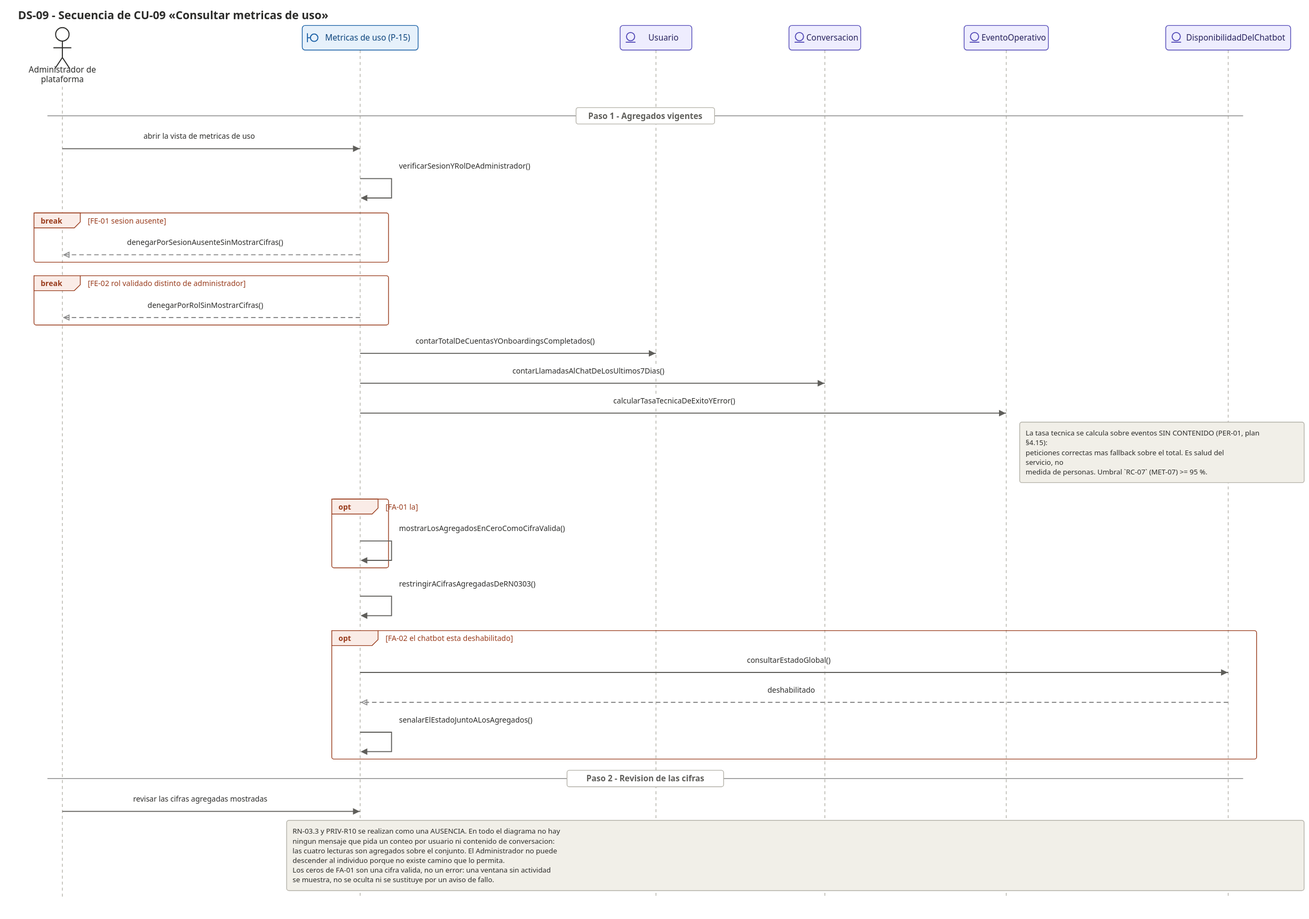
Earlier version of the PlantUML export docs/07_casos_uso/secuencia/svg/DS-09_secuencia_consultar_metricas.svg (jonatan8254/alan-aura-academico). Its source is kept beside it as docs/07_casos_uso/secuencia/puml/DS-09_secuencia_consultar_metricas.puml.
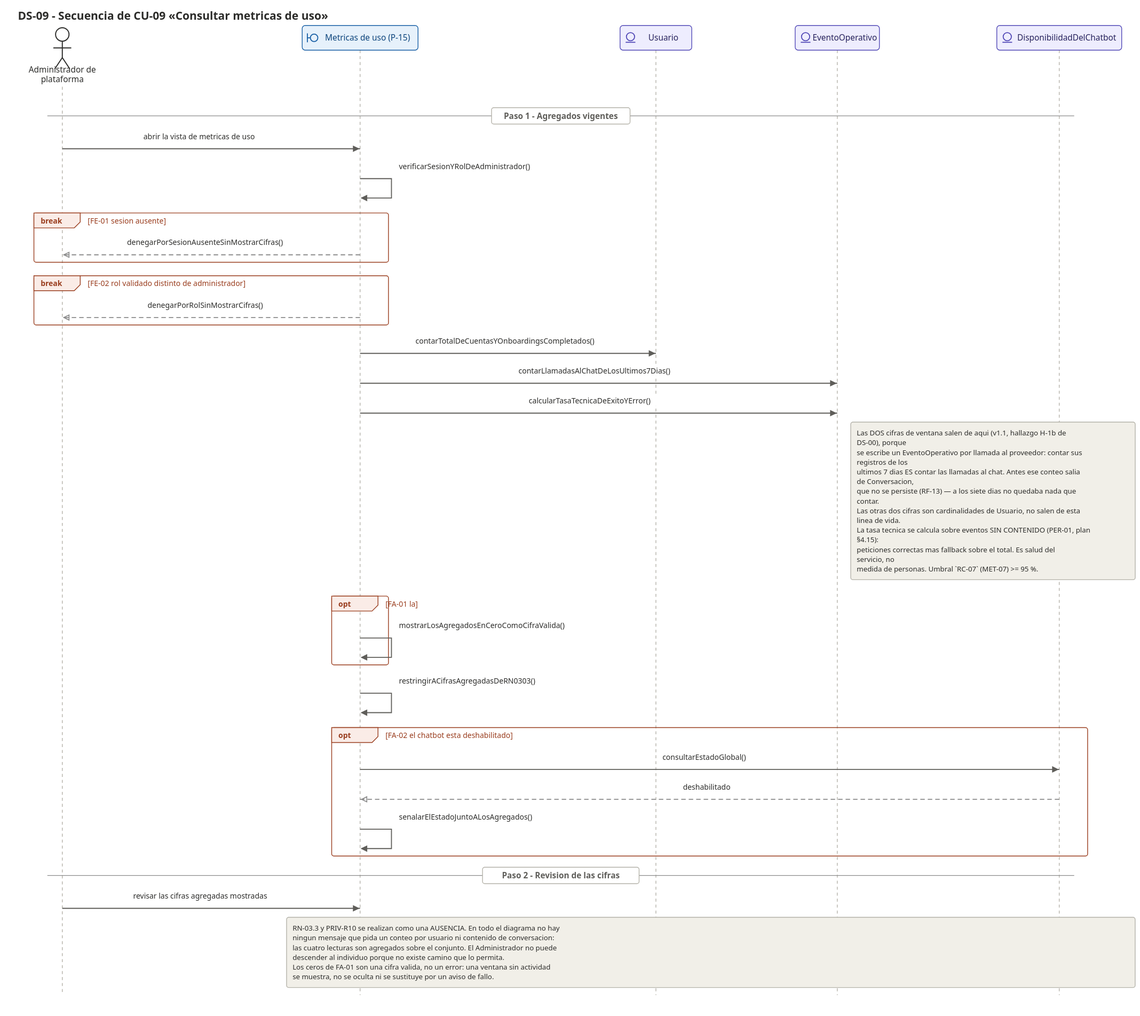
The same diagram one commit later.

The edit, as a diff of the source:
```diff
@@ -7,7 +7,6 @@
 actor "Administrador de plataforma" as ACT_Administrador
 boundary "Metricas de uso (P-15)" as B_MetricasDeUso
 entity "Usuario" as E_Usuario
-entity "Conversacion" as E_Conversacion
 entity "EventoOperativo" as E_EventoOperativo
 entity "DisponibilidadDelChatbot" as E_DisponibilidadDelChatbot
 
@@ -25,10 +24,16 @@
 end
 
 B_MetricasDeUso -> E_Usuario : contarTotalDeCuentasYOnboardingsCompletados()
-B_MetricasDeUso -> E_Conversacion : contarLlamadasAlChatDeLosUltimos7Dias()
+B_MetricasDeUso -> E_EventoOperativo : contarLlamadasAlChatDeLosUltimos7Dias()
 B_MetricasDeUso -> E_EventoOperativo : calcularTasaTecnicaDeExitoYError()
 
 note right of E_EventoOperativo
+  <b>Las DOS cifras de ventana salen de aqui</b> (v1.1, hallazgo H-1b de DS-00), porque
+  se escribe un EventoOperativo por llamada al proveedor: contar sus registros de los
+  ultimos 7 dias ES contar las llamadas al chat. Antes ese conteo salia de Conversacion,
+  que <b>no se persiste</b> (RF-13) — a los siete dias no quedaba nada que contar.
+  Las otras dos cifras son cardinalidades de Usuario, no salen de esta linea de vida.
+
   <b>La tasa tecnica se calcula sobre eventos SIN CONTENIDO</b> (PER-01, plan §4.15):
   peticiones correctas mas <i>fallback</i> sobre el total. Es salud del servicio, no
   medida de personas. Umbral `RC-07` (MET-07) >= 95 %.
```
